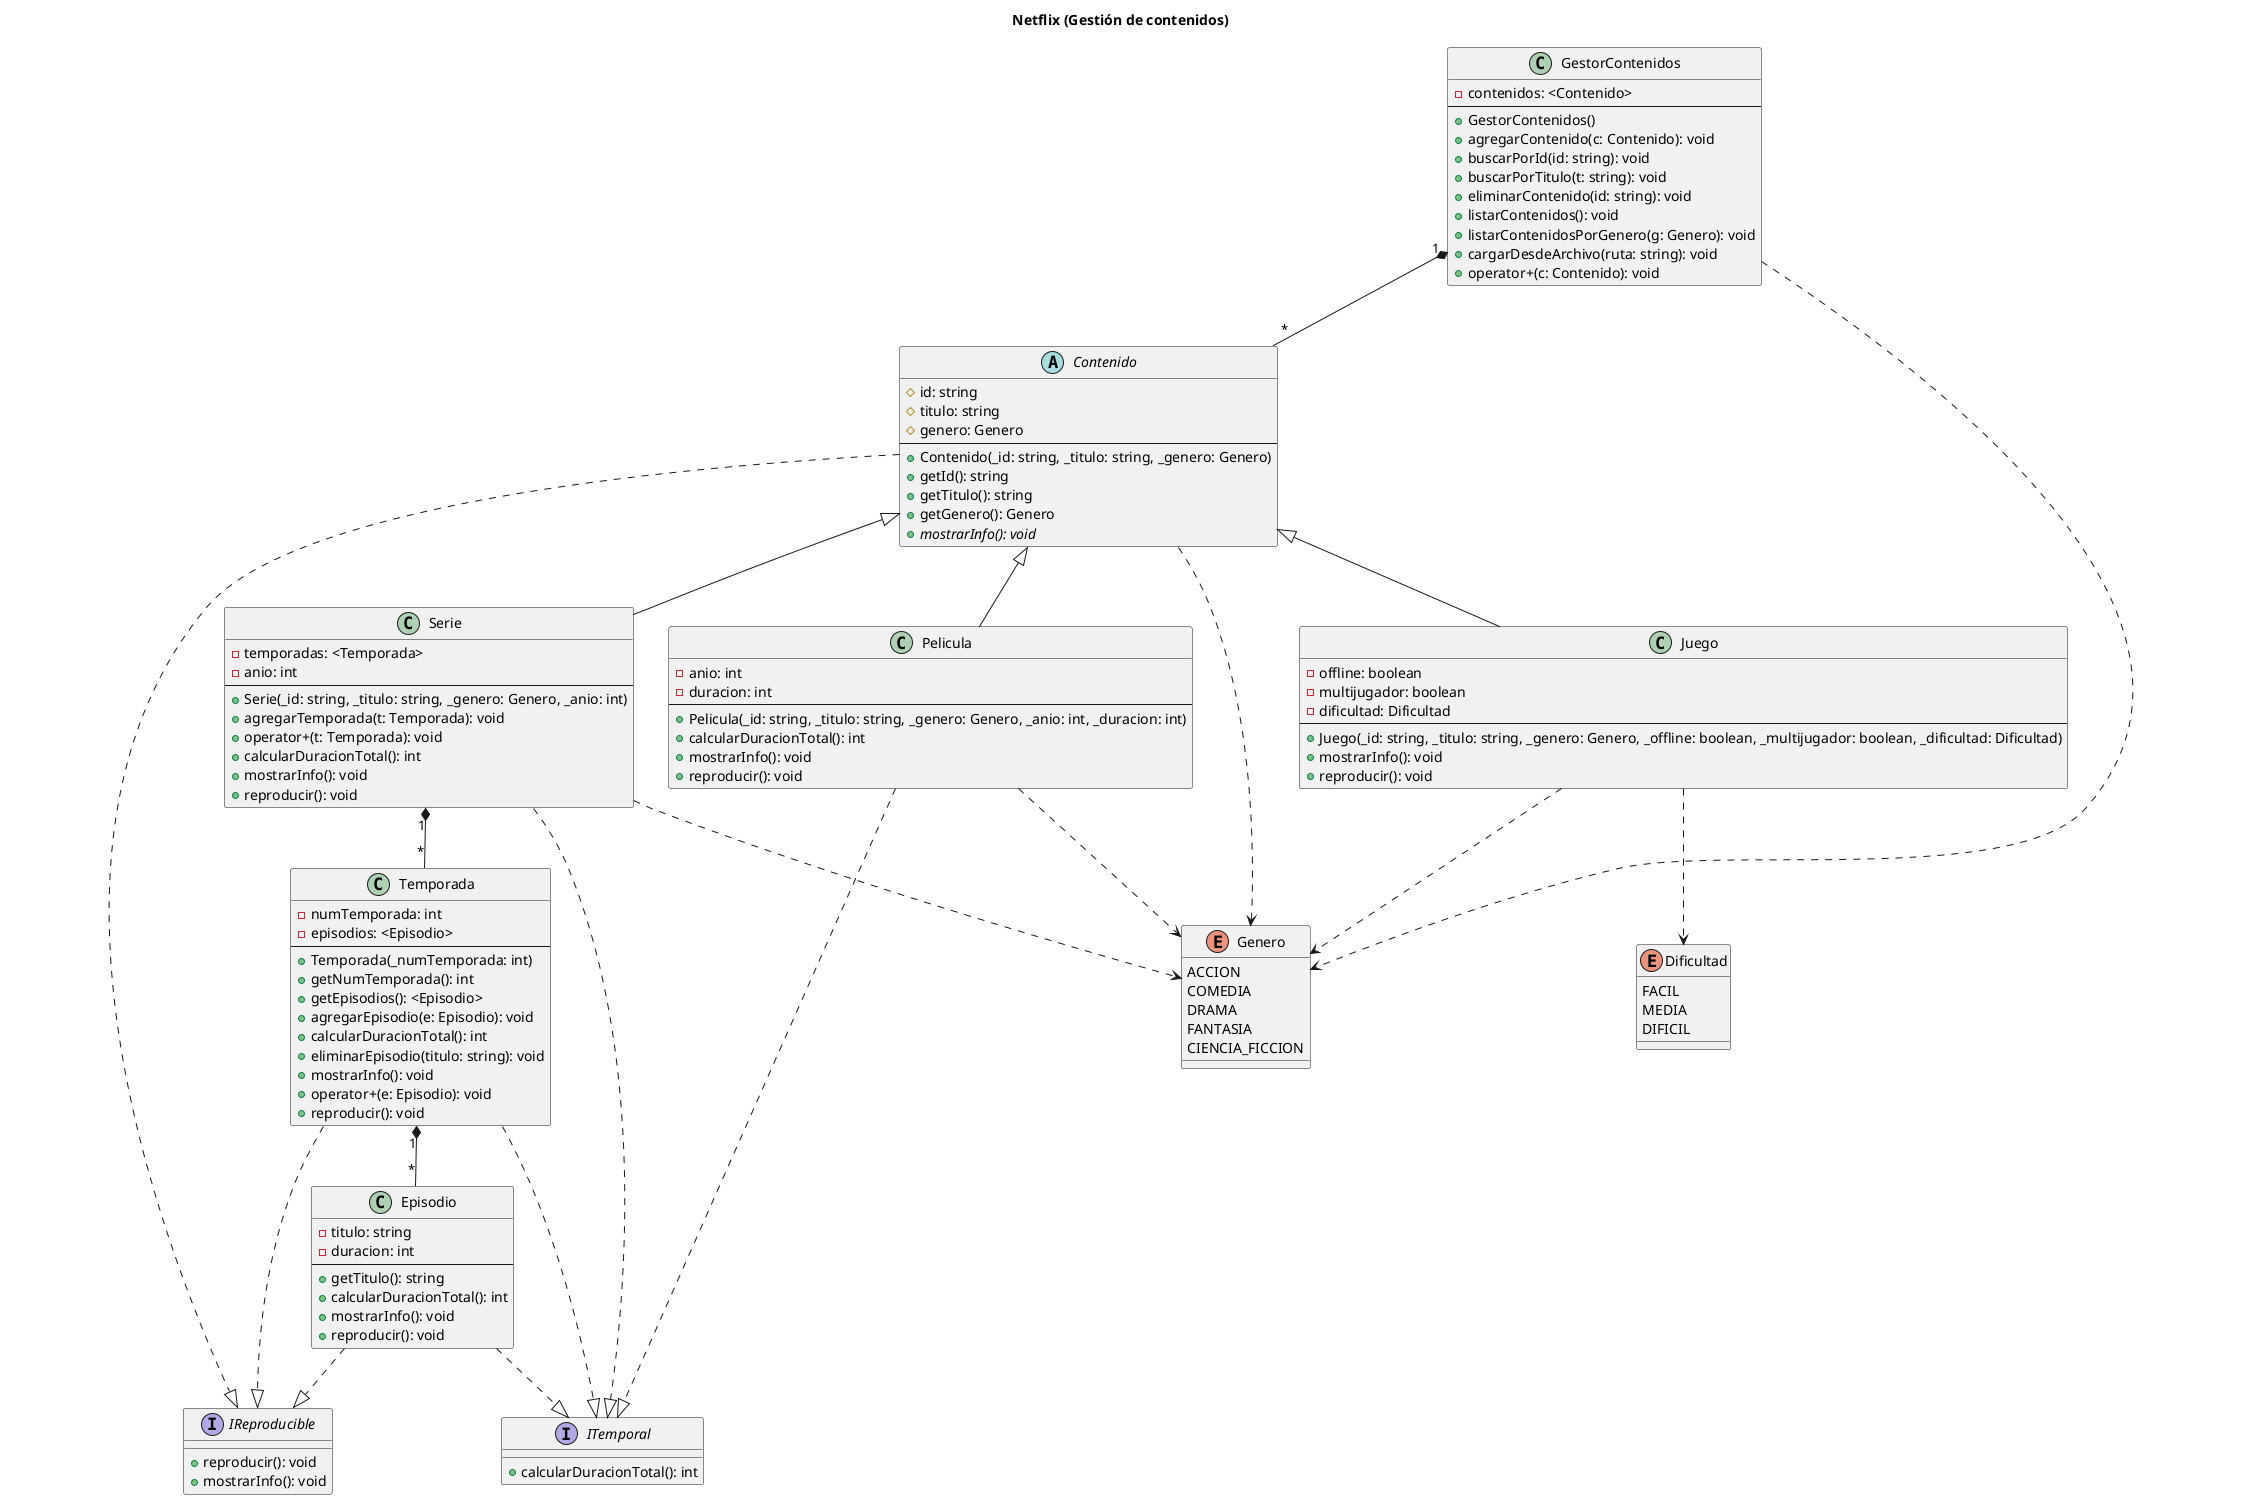
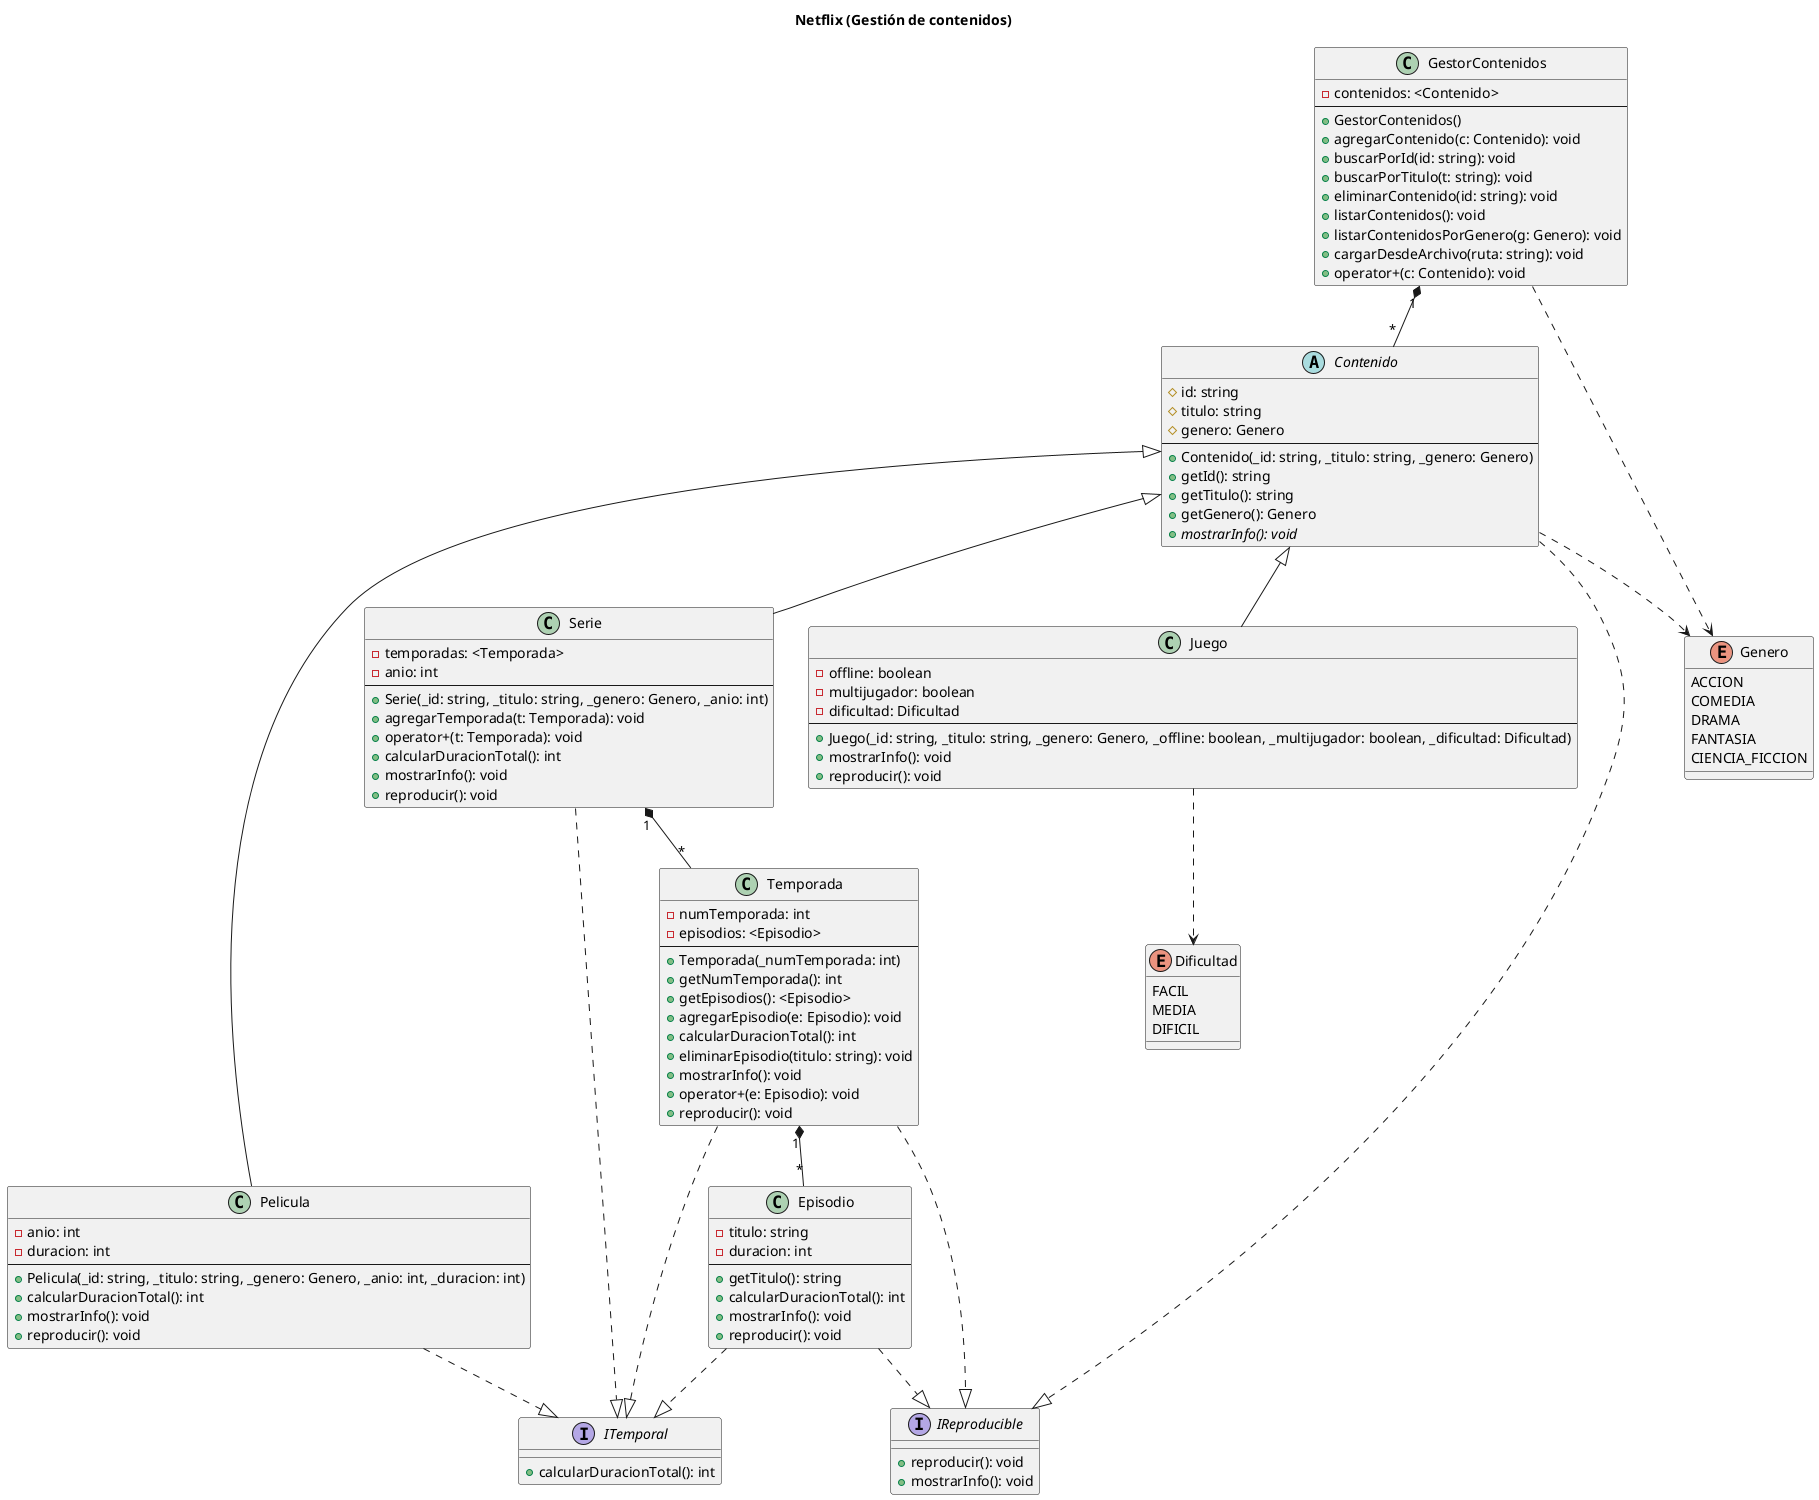
@startuml gestor_streaming
title Netflix (Gestión de contenidos)

interface IReproducible {
  + reproducir(): void
  + mostrarInfo(): void
}

interface ITemporal {
  + calcularDuracionTotal(): int
}

abstract class Contenido {
  # id: string
  # titulo: string
  # genero: Genero
  ---
  + Contenido(_id: string, _titulo: string, _genero: Genero)
  + getId(): string
  + getTitulo(): string
  + getGenero(): Genero
  + {abstract} mostrarInfo(): void
}

class GestorContenidos {
  - contenidos: <Contenido>
  ---
  + GestorContenidos()
  + agregarContenido(c: Contenido): void
  + buscarPorId(id: string): void
  + buscarPorTitulo(t: string): void
  + eliminarContenido(id: string): void
  + listarContenidos(): void
  + listarContenidosPorGenero(g: Genero): void
  + cargarDesdeArchivo(ruta: string): void
  + operator+(c: Contenido): void
}

class Pelicula {
  - anio: int
  - duracion: int
  ---
  + Pelicula(_id: string, _titulo: string, _genero: Genero, _anio: int, _duracion: int)
  + calcularDuracionTotal(): int
  + mostrarInfo(): void
  + reproducir(): void
}

class Serie {
  - temporadas: <Temporada>
  - anio: int
  ---
  + Serie(_id: string, _titulo: string, _genero: Genero, _anio: int)
  + agregarTemporada(t: Temporada): void
  + operator+(t: Temporada): void
  + calcularDuracionTotal(): int
  + mostrarInfo(): void
  + reproducir(): void
}

class Juego {
  - offline: boolean
  - multijugador: boolean
  - dificultad: Dificultad
  ---
  + Juego(_id: string, _titulo: string, _genero: Genero, _offline: boolean, _multijugador: boolean, _dificultad: Dificultad)
  + mostrarInfo(): void
  + reproducir(): void
}

enum Dificultad {
  FACIL
  MEDIA
  DIFICIL
}

enum Genero {
  ACCION
  COMEDIA
  DRAMA
  FANTASIA
  CIENCIA_FICCION
}

class Temporada {
  - numTemporada: int
  - episodios: <Episodio>
  ---
  + Temporada(_numTemporada: int)
  + getNumTemporada(): int
  + getEpisodios(): <Episodio>
  + agregarEpisodio(e: Episodio): void
  + calcularDuracionTotal(): int
  + eliminarEpisodio(titulo: string): void
  + mostrarInfo(): void
  + operator+(e: Episodio): void
  + reproducir(): void
}

class Episodio {
  - titulo: string
  - duracion: int
  ---
  + getTitulo(): string
  + calcularDuracionTotal(): int
  + mostrarInfo(): void
  + reproducir(): void
}

' Jerarquía principal
Contenido <|-- Pelicula
Contenido <|-- Serie
Contenido <|-- Juego

' Interfaces
Contenido ..|> IReproducible
Episodio ..|> IReproducible
Temporada ..|> IReproducible

Pelicula ..|> ITemporal
Serie ..|> ITemporal
Temporada ..|> ITemporal
Episodio ..|> ITemporal

' Composiciones
GestorContenidos "1" *-- "*" Contenido
Serie "1" *-- "*" Temporada
Temporada "1" *-- "*" Episodio

' Dependencia
Contenido ..> Genero
GestorContenidos ..> Genero
- Pelicula ..> Genero
- Serie ..> Genero
- Juego ..> Genero
Juego ..> Dificultad

@enduml